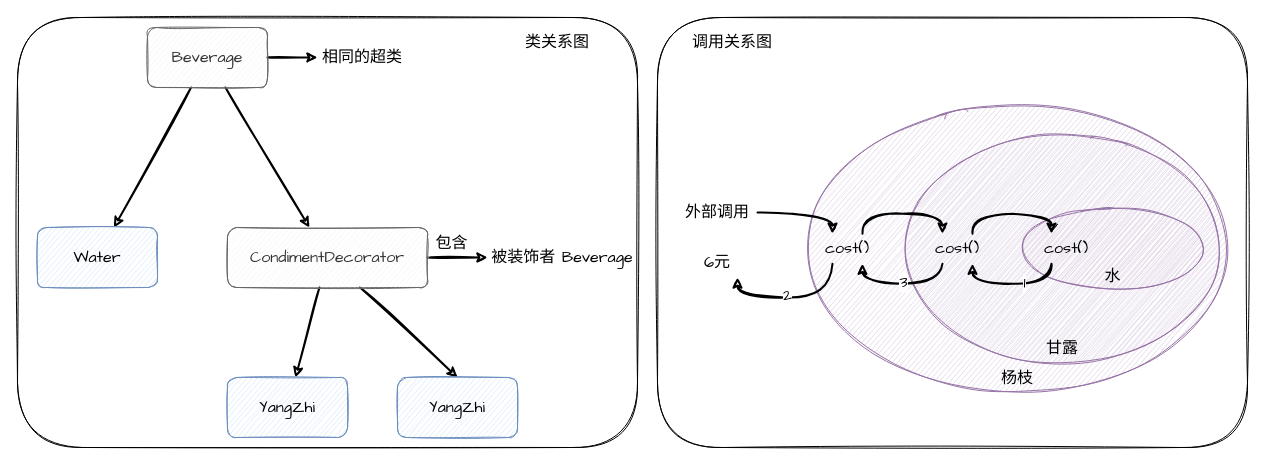
Earlier version of the draw.io diagram images/装饰者模式.drawio (FangYuan33/head-first-design-patterns). Source tidied: cells renumbered, new cells numbered last; positions are measured from the earlier drawing's top-left corner, leaving out a move shared by most shapes. Both pictures are drawn from the tidied source at 100%, with x=0, y=0 at pixel (17, 17).
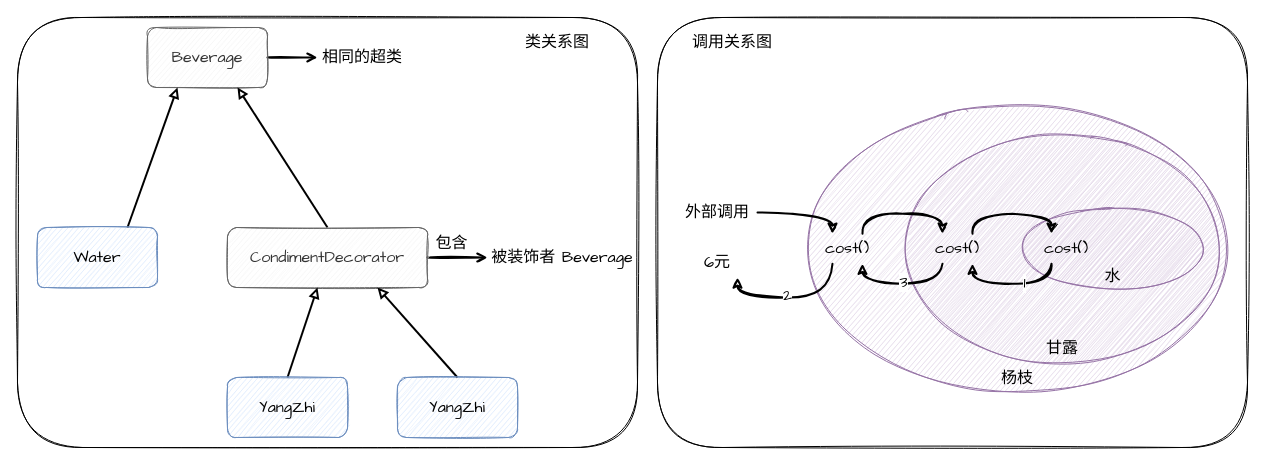
Above is the later version.

Commit message (it also covers changes not shown here):
优化装饰者模式图片

The change refers to these unchanged cells:
```xml
<mxCell id="6" value="&lt;font style=&quot;font-size: 16px;&quot; face=&quot;Comic Sans MS&quot;&gt;Beverage&lt;/font&gt;" style="rounded=1;whiteSpace=wrap;html=1;sketch=1;fillColor=#f5f5f5;strokeColor=#666666;fontColor=#333333;" parent="1" vertex="1">
  <mxGeometry x="130" y="10" width="120" height="60" as="geometry" />
</mxCell>
<mxCell id="7" value="&lt;font style=&quot;font-size: 16px;&quot; face=&quot;Comic Sans MS&quot;&gt;Water&lt;/font&gt;" style="rounded=1;whiteSpace=wrap;html=1;sketch=1;fillColor=#dae8fc;strokeColor=#6c8ebf;" parent="1" vertex="1">
  <mxGeometry x="20" y="210" width="120" height="60" as="geometry" />
</mxCell>
<mxCell id="12" value="&lt;font style=&quot;font-size: 16px;&quot; face=&quot;Comic Sans MS&quot;&gt;CondimentDecorator&lt;/font&gt;" style="rounded=1;whiteSpace=wrap;html=1;sketch=1;fillColor=#f5f5f5;strokeColor=#666666;fontColor=#333333;" parent="1" vertex="1">
  <mxGeometry x="210" y="210" width="200" height="60" as="geometry" />
</mxCell>
<mxCell id="13" value="&lt;font style=&quot;font-size: 16px;&quot; face=&quot;Comic Sans MS&quot;&gt;YangZhi&lt;/font&gt;" style="rounded=1;whiteSpace=wrap;html=1;sketch=1;fillColor=#dae8fc;strokeColor=#6c8ebf;" parent="1" vertex="1">
  <mxGeometry x="210" y="360" width="120" height="60" as="geometry" />
</mxCell>
<mxCell id="14" value="&lt;font style=&quot;font-size: 16px;&quot; face=&quot;Comic Sans MS&quot;&gt;YangZhi&lt;/font&gt;" style="rounded=1;whiteSpace=wrap;html=1;sketch=1;fillColor=#dae8fc;strokeColor=#6c8ebf;" parent="1" vertex="1">
  <mxGeometry x="380" y="360" width="120" height="60" as="geometry" />
</mxCell>
<mxCell id="16" value="相同的超类" style="text;html=1;strokeColor=none;fillColor=none;align=center;verticalAlign=middle;whiteSpace=wrap;rounded=0;sketch=1;fontFamily=Comic Sans MS;fontSize=16;" parent="1" vertex="1">
  <mxGeometry x="300" y="25" width="90" height="30" as="geometry" />
</mxCell>
<mxCell id="17" value="被装饰者 Beverage" style="text;html=1;strokeColor=none;fillColor=none;align=center;verticalAlign=middle;whiteSpace=wrap;rounded=0;sketch=1;fontFamily=Comic Sans MS;fontSize=16;" parent="1" vertex="1">
  <mxGeometry x="470" y="225" width="150" height="30" as="geometry" />
</mxCell>
```

Diff of the diagram source:
```diff
@@
-    <mxCell id="3" style="rounded=0;jettySize=auto;html=1;fontFamily=Comic Sans MS;fontSize=16;sketch=1;strokeWidth=2;" parent="1" edge="1" source="6" target="7">
-      <mxGeometry relative="1" as="geometry" />
-    </mxCell>
-    <mxCell id="4" style="rounded=0;sketch=1;jettySize=auto;html=1;strokeWidth=2;fontFamily=Comic Sans MS;fontSize=16;" parent="1" edge="1" source="6" target="12">
-      <mxGeometry relative="1" as="geometry" />
-    </mxCell>
-    <mxCell id="5" style="edgeStyle=none;rounded=0;sketch=1;jettySize=auto;html=1;strokeWidth=2;fontFamily=Comic Sans MS;fontSize=16;" parent="1" edge="1" source="6" target="16">
+    <mxCell id="5" style="edgeStyle=none;rounded=0;sketch=1;jettySize=auto;html=1;strokeWidth=2;fontFamily=Comic Sans MS;fontSize=16;endArrow=open;endFill=0;" parent="1" edge="1" source="6" target="16">
       <mxGeometry relative="1" as="geometry" />
     </mxCell>
@@
+    <mxCell id="39" style="edgeStyle=none;rounded=0;jettySize=auto;html=1;exitX=0.75;exitY=0;exitDx=0;exitDy=0;entryX=0.25;entryY=1;entryDx=0;entryDy=0;strokeWidth=2;endArrow=block;endFill=0;" parent="1" edge="1" source="7" target="6">
+      <mxGeometry relative="1" as="geometry" />
+    </mxCell>
@@
-    <mxCell id="8" style="edgeStyle=none;rounded=0;sketch=1;jettySize=auto;html=1;strokeWidth=2;fontFamily=Comic Sans MS;fontSize=16;" parent="1" edge="1" source="12" target="13">
-      <mxGeometry relative="1" as="geometry" />
-    </mxCell>
-    <mxCell id="9" style="edgeStyle=none;rounded=0;sketch=1;jettySize=auto;html=1;entryX=0.5;entryY=0;entryDx=0;entryDy=0;strokeWidth=2;fontFamily=Comic Sans MS;fontSize=16;" parent="1" edge="1" source="12" target="14">
-      <mxGeometry relative="1" as="geometry" />
-    </mxCell>
-    <mxCell id="10" style="edgeStyle=none;rounded=0;sketch=1;jettySize=auto;html=1;strokeWidth=2;fontFamily=Comic Sans MS;fontSize=16;" parent="1" edge="1" source="12" target="17">
+    <mxCell id="10" style="edgeStyle=none;rounded=0;sketch=1;jettySize=auto;html=1;strokeWidth=2;fontFamily=Comic Sans MS;fontSize=16;endArrow=open;endFill=0;" parent="1" edge="1" source="12" target="17">
       <mxGeometry relative="1" as="geometry" />
     </mxCell>
@@
+    <mxCell id="40" style="edgeStyle=none;rounded=0;jettySize=auto;html=1;exitX=0.5;exitY=0;exitDx=0;exitDy=0;entryX=0.75;entryY=1;entryDx=0;entryDy=0;strokeWidth=2;endArrow=block;endFill=0;" parent="1" edge="1" source="12" target="6">
+      <mxGeometry relative="1" as="geometry" />
+    </mxCell>
@@
+    <mxCell id="41" style="edgeStyle=none;rounded=0;jettySize=auto;html=1;exitX=0.5;exitY=0;exitDx=0;exitDy=0;strokeWidth=2;endArrow=block;endFill=0;" parent="1" edge="1" source="13" target="12">
+      <mxGeometry relative="1" as="geometry" />
+    </mxCell>
@@
+    <mxCell id="42" style="edgeStyle=none;rounded=0;jettySize=auto;html=1;exitX=0.5;exitY=0;exitDx=0;exitDy=0;entryX=0.75;entryY=1;entryDx=0;entryDy=0;strokeWidth=2;endArrow=block;endFill=0;" parent="1" edge="1" source="14" target="12">
+      <mxGeometry relative="1" as="geometry" />
+    </mxCell>
```
